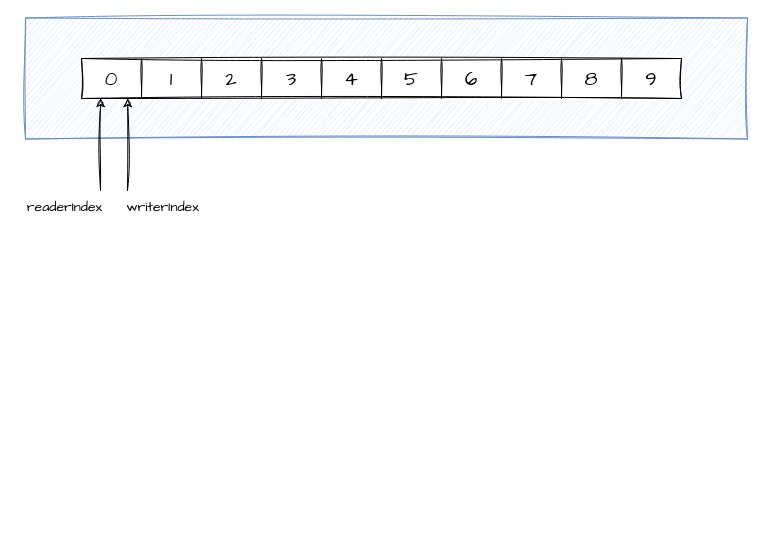
Earlier version of the draw.io diagram page "ByteBuf" (3 of 4) of Netty.drawio (HoShum/drawio). Source tidied: cells renumbered, new cells numbered last; positions are measured from the earlier drawing's top-left corner, leaving out a move shared by most shapes. Both pictures are drawn from the tidied source at 100%, with x=0, y=0 at pixel (17, 18).
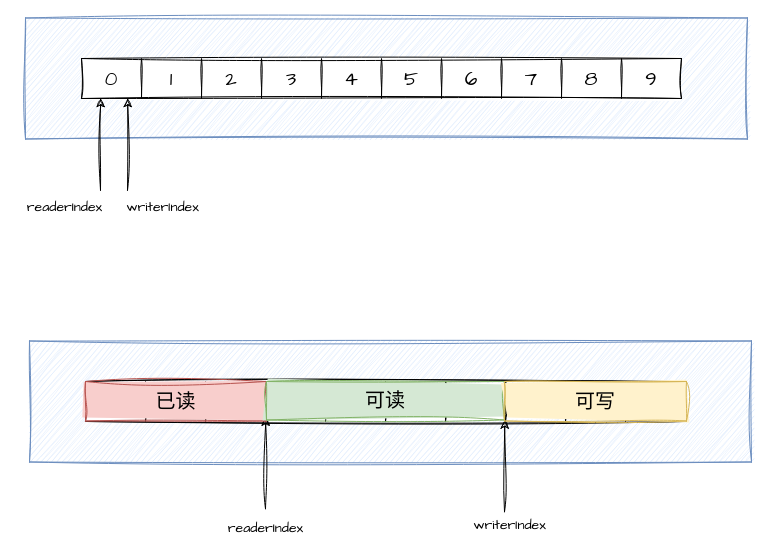
The same page after the edit.

Change to the diagram source:
```diff
@@
+    <mxCell id="19" style="rounded=0;whiteSpace=wrap;html=1;sketch=1;hachureGap=4;jiggle=2;curveFitting=1;fontFamily=Architects Daughter;fontSize=20;fillColor=#dae8fc;strokeColor=#6c8ebf;" parent="1" vertex="1">
+      <mxGeometry x="12" y="322.5" width="722" height="121" as="geometry" />
+    </mxCell>
+    <mxCell id="20" style="shape=table;startSize=0;childLayout=tableLayout;sketch=1;hachureGap=4;jiggle=2;curveFitting=1;fontFamily=Architects Daughter;fontSize=20;" parent="1" vertex="1">
+      <mxGeometry x="68" y="363" width="600" height="40" as="geometry" />
+    </mxCell>
+    <mxCell id="21" style="shape=tableRow;horizontal=0;startSize=0;swimlaneHead=0;swimlaneBody=0;strokeColor=inherit;top=0;left=0;bottom=0;right=0;fillColor=none;sketch=1;hachureGap=4;jiggle=2;curveFitting=1;fontFamily=Architects Daughter;fontSize=20;" parent="20" vertex="1">
+      <mxGeometry width="600" height="40" as="geometry" />
+    </mxCell>
+    <mxCell id="22" style="shape=partialRectangle;html=1;whiteSpace=wrap;strokeColor=inherit;overflow=hidden;fillColor=none;top=0;left=0;bottom=0;right=0;sketch=1;hachureGap=4;jiggle=2;curveFitting=1;fontFamily=Architects Daughter;fontSize=20;" parent="21" vertex="1">
+      <mxGeometry width="60" height="40" as="geometry" />
+    </mxCell>
+    <mxCell id="23" style="shape=partialRectangle;html=1;whiteSpace=wrap;strokeColor=inherit;overflow=hidden;fillColor=none;top=0;left=0;bottom=0;right=0;sketch=1;hachureGap=4;jiggle=2;curveFitting=1;fontFamily=Architects Daughter;fontSize=20;" parent="21" vertex="1">
+      <mxGeometry x="60" width="60" height="40" as="geometry" />
+    </mxCell>
+    <mxCell id="24" style="shape=partialRectangle;html=1;whiteSpace=wrap;strokeColor=inherit;overflow=hidden;fillColor=none;top=0;left=0;bottom=0;right=0;sketch=1;hachureGap=4;jiggle=2;curveFitting=1;fontFamily=Architects Daughter;fontSize=20;" parent="21" vertex="1">
+      <mxGeometry x="120" width="60" height="40" as="geometry" />
+    </mxCell>
+    <mxCell id="25" style="shape=partialRectangle;html=1;whiteSpace=wrap;strokeColor=inherit;overflow=hidden;fillColor=none;top=0;left=0;bottom=0;right=0;sketch=1;hachureGap=4;jiggle=2;curveFitting=1;fontFamily=Architects Daughter;fontSize=20;" parent="21" vertex="1">
+      <mxGeometry x="180" width="60" height="40" as="geometry" />
+    </mxCell>
+    <mxCell id="26" style="shape=partialRectangle;html=1;whiteSpace=wrap;strokeColor=inherit;overflow=hidden;fillColor=none;top=0;left=0;bottom=0;right=0;sketch=1;hachureGap=4;jiggle=2;curveFitting=1;fontFamily=Architects Daughter;fontSize=20;" parent="21" vertex="1">
+      <mxGeometry x="240" width="60" height="40" as="geometry" />
+    </mxCell>
+    <mxCell id="27" style="shape=partialRectangle;html=1;whiteSpace=wrap;strokeColor=inherit;overflow=hidden;fillColor=none;top=0;left=0;bottom=0;right=0;sketch=1;hachureGap=4;jiggle=2;curveFitting=1;fontFamily=Architects Daughter;fontSize=20;" parent="21" vertex="1">
+      <mxGeometry x="300" width="60" height="40" as="geometry" />
+    </mxCell>
+    <mxCell id="28" style="shape=partialRectangle;html=1;whiteSpace=wrap;strokeColor=inherit;overflow=hidden;fillColor=none;top=0;left=0;bottom=0;right=0;sketch=1;hachureGap=4;jiggle=2;curveFitting=1;fontFamily=Architects Daughter;fontSize=20;" parent="21" vertex="1">
+      <mxGeometry x="360" width="60" height="40" as="geometry" />
+    </mxCell>
+    <mxCell id="29" style="shape=partialRectangle;html=1;whiteSpace=wrap;strokeColor=inherit;overflow=hidden;fillColor=none;top=0;left=0;bottom=0;right=0;sketch=1;hachureGap=4;jiggle=2;curveFitting=1;fontFamily=Architects Daughter;fontSize=20;" parent="21" vertex="1">
+      <mxGeometry x="420" width="60" height="40" as="geometry" />
+    </mxCell>
+    <mxCell id="30" style="shape=partialRectangle;html=1;whiteSpace=wrap;strokeColor=inherit;overflow=hidden;fillColor=none;top=0;left=0;bottom=0;right=0;sketch=1;hachureGap=4;jiggle=2;curveFitting=1;fontFamily=Architects Daughter;fontSize=20;" parent="21" vertex="1">
+      <mxGeometry x="480" width="60" height="40" as="geometry" />
+    </mxCell>
+    <mxCell id="31" style="shape=partialRectangle;html=1;whiteSpace=wrap;strokeColor=inherit;overflow=hidden;fillColor=none;top=0;left=0;bottom=0;right=0;sketch=1;hachureGap=4;jiggle=2;curveFitting=1;fontFamily=Architects Daughter;fontSize=20;" parent="21" vertex="1">
+      <mxGeometry x="540" width="60" height="40" as="geometry" />
+    </mxCell>
+    <mxCell id="32" style="endArrow=classic;html=1;rounded=0;sketch=1;hachureGap=4;jiggle=2;curveFitting=1;fontFamily=Architects Daughter;fontSize=16;entryX=0.042;entryY=0.98;entryDx=0;entryDy=0;entryPerimeter=0;" parent="1" edge="1">
+      <mxGeometry relative="1" as="geometry">
+        <mxPoint x="248" y="490.3" as="sourcePoint" />
+        <mxPoint x="248.2" y="398.5" as="targetPoint" />
+      </mxGeometry>
+    </mxCell>
+    <mxCell id="33" value="readerIndex" style="text;html=1;align=center;verticalAlign=middle;strokeColor=none;fillColor=none;fontSize=14;fontFamily=Architects Daughter;" parent="1" vertex="1">
+      <mxGeometry x="201" y="495.5" width="93" height="29" as="geometry" />
+    </mxCell>
+    <mxCell id="34" style="endArrow=classic;html=1;rounded=0;sketch=1;hachureGap=4;jiggle=2;curveFitting=1;fontFamily=Architects Daughter;fontSize=16;entryX=0.042;entryY=0.98;entryDx=0;entryDy=0;entryPerimeter=0;" parent="1" edge="1">
+      <mxGeometry relative="1" as="geometry">
+        <mxPoint x="487" y="493.3" as="sourcePoint" />
+        <mxPoint x="487.2" y="401.5" as="targetPoint" />
+      </mxGeometry>
+    </mxCell>
+    <mxCell id="35" value="writerIndex" style="text;html=1;align=center;verticalAlign=middle;strokeColor=none;fillColor=none;fontSize=14;fontFamily=Architects Daughter;" parent="1" vertex="1">
+      <mxGeometry x="446" y="492.5" width="91" height="29" as="geometry" />
+    </mxCell>
+    <mxCell id="36" value="已读" style="rounded=0;whiteSpace=wrap;html=1;sketch=1;hachureGap=4;jiggle=2;curveFitting=1;fontFamily=Architects Daughter;fontSize=20;fillStyle=solid;fillColor=#f8cecc;strokeColor=#b85450;" parent="1" vertex="1">
+      <mxGeometry x="68" y="363" width="181" height="39.5" as="geometry" />
+    </mxCell>
+    <mxCell id="37" value="可读" style="rounded=0;whiteSpace=wrap;html=1;sketch=1;hachureGap=4;jiggle=2;curveFitting=1;fontFamily=Architects Daughter;fontSize=20;fillStyle=solid;fillColor=#d5e8d4;strokeColor=#82b366;" parent="1" vertex="1">
+      <mxGeometry x="249" y="363" width="238" height="38.5" as="geometry" />
+    </mxCell>
+    <mxCell id="38" value="可写" style="rounded=0;whiteSpace=wrap;html=1;sketch=1;hachureGap=4;jiggle=2;curveFitting=1;fontFamily=Architects Daughter;fontSize=20;fillStyle=solid;fillColor=#fff2cc;strokeColor=#d6b656;" parent="1" vertex="1">
+      <mxGeometry x="487" y="363" width="182" height="39.5" as="geometry" />
+    </mxCell>
```
